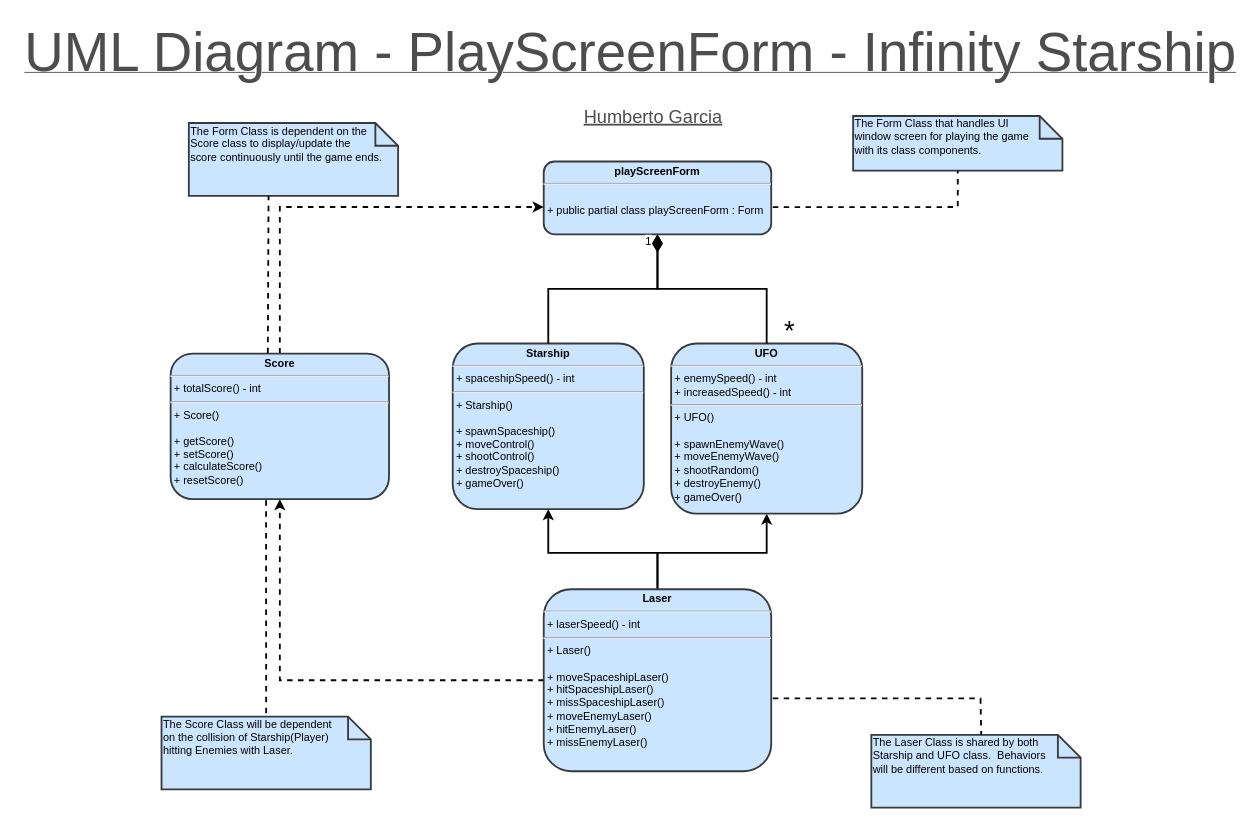
Earlier version of the draw.io diagram Designs/UMLs/PlayScreenForm_GarciaHumberto.drawio (HumbertoGarciaJr/InfinityStarship-GarciaHumberto). Source tidied: cells renumbered, new cells numbered last; positions are measured from the earlier drawing's top-left corner, leaving out a move shared by most shapes. Both pictures are drawn from the tidied source at 91%, with x=0, y=0 at pixel (15, 15).
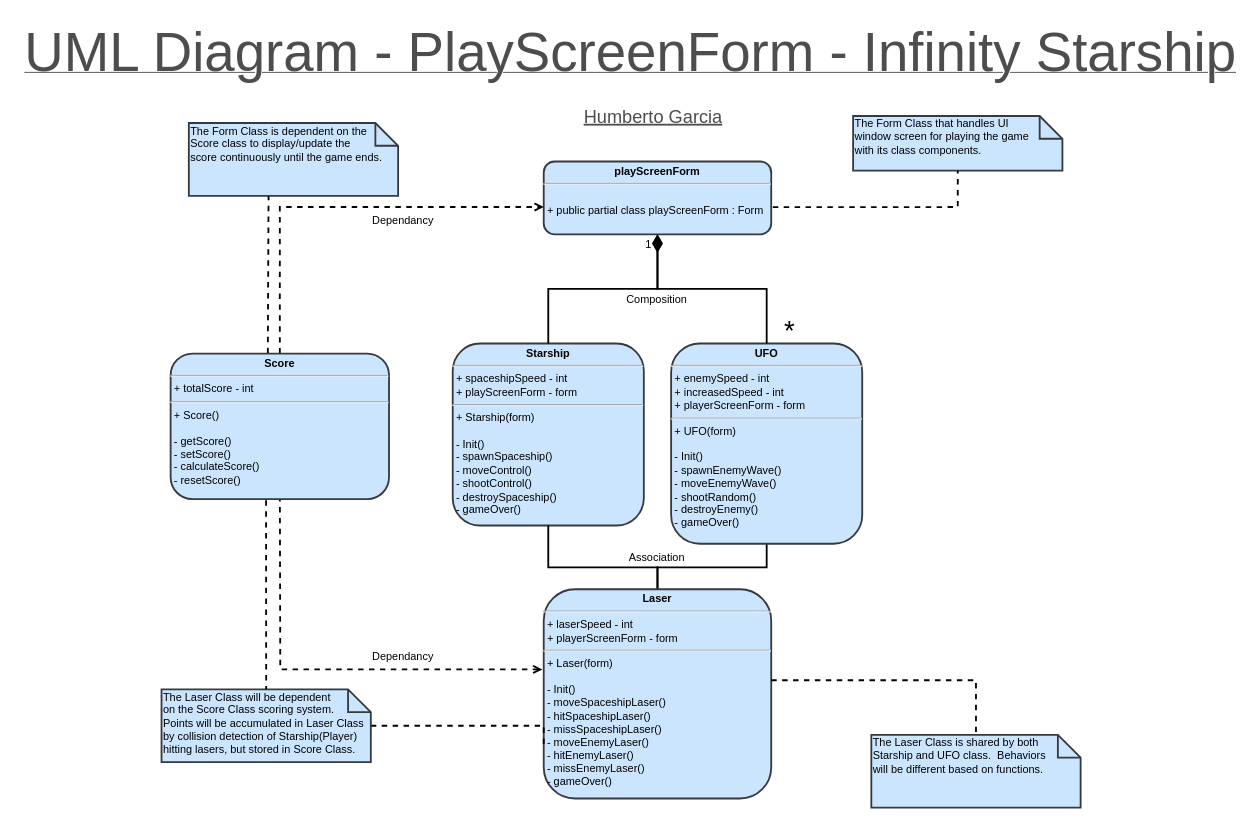
The same page after the edit.

Unchanged cells that the change refers to:
```xml
<mxCell id="2" value="&lt;p style=&quot;margin: 4px 0px 0px; text-align: center; font-size: 12px;&quot;&gt;&lt;b style=&quot;font-size: 12px;&quot;&gt;&lt;font style=&quot;font-size: 12px;&quot;&gt;playScreenForm&lt;/font&gt;&lt;/b&gt;&lt;/p&gt;&lt;hr style=&quot;font-size: 12px;&quot;&gt;&lt;p style=&quot;margin: 0px 0px 0px 4px; font-size: 12px;&quot;&gt;&lt;br style=&quot;font-size: 12px;&quot;&gt;&lt;/p&gt;&lt;p style=&quot;margin: 0px 0px 0px 4px; font-size: 12px;&quot;&gt;+ public partial class playScreenForm : Form&lt;/p&gt;&lt;p style=&quot;margin: 0px 0px 0px 4px; font-size: 12px;&quot;&gt;&lt;br style=&quot;font-size: 12px;&quot;&gt;&lt;/p&gt;" style="verticalAlign=top;align=left;overflow=fill;fontSize=12;fontFamily=Helvetica;html=1;fillColor=#cce5ff;strokeColor=#36393d;strokeWidth=2;rounded=1;shadow=0;sketch=0;glass=0;fillStyle=solid;" parent="1" vertex="1">
  <mxGeometry x="580" y="160" width="250" height="80" as="geometry" />
</mxCell>
<mxCell id="16" value="&lt;font style=&quot;font-size: 12px;&quot;&gt;The Laser Class is shared by both&lt;br style=&quot;font-size: 12px;&quot;&gt;Starship and UFO class.&amp;nbsp; Behaviors&lt;br&gt;will be different based on functions.&lt;br style=&quot;font-size: 12px;&quot;&gt;&lt;/font&gt;" style="shape=note2;boundedLbl=1;whiteSpace=wrap;html=1;size=25;verticalAlign=top;align=left;rounded=0;shadow=0;glass=0;sketch=0;fillStyle=solid;fontSize=12;strokeColor=#36393d;strokeWidth=2;fillColor=#cce5ff;spacingLeft=0;spacing=2;spacingTop=-30;" parent="1" vertex="1">
  <mxGeometry x="940" y="790" width="230" height="80" as="geometry" />
</mxCell>
```

What changed in the source:
```diff
@@
-    <mxCell id="3" value="&lt;p style=&quot;margin: 4px 0px 0px; text-align: center; font-size: 12px;&quot;&gt;&lt;b style=&quot;font-size: 12px;&quot;&gt;Starship&lt;/b&gt;&lt;/p&gt;&lt;hr style=&quot;font-size: 12px;&quot;&gt;&lt;p style=&quot;margin: 0px 0px 0px 4px; font-size: 12px;&quot;&gt;+ spaceshipSpeed() - int&lt;br style=&quot;font-size: 12px;&quot;&gt;&lt;/p&gt;&lt;hr style=&quot;font-size: 12px;&quot;&gt;&lt;p style=&quot;margin: 0px 0px 0px 4px; font-size: 12px;&quot;&gt;+ Starship()&lt;br style=&quot;font-size: 12px;&quot;&gt;&lt;/p&gt;&lt;p style=&quot;margin: 0px 0px 0px 4px; font-size: 12px;&quot;&gt;&lt;br style=&quot;font-size: 12px;&quot;&gt;&lt;/p&gt;&lt;p style=&quot;margin: 0px 0px 0px 4px; font-size: 12px;&quot;&gt;+ spawnSpaceship()&lt;/p&gt;&lt;p style=&quot;margin: 0px 0px 0px 4px; font-size: 12px;&quot;&gt;+ moveControl()&lt;/p&gt;&lt;p style=&quot;margin: 0px 0px 0px 4px; font-size: 12px;&quot;&gt;&lt;span style=&quot;background-color: initial; font-size: 12px;&quot;&gt;+ shootControl()&lt;/span&gt;&lt;br style=&quot;font-size: 12px;&quot;&gt;&lt;/p&gt;&lt;p style=&quot;margin: 0px 0px 0px 4px; font-size: 12px;&quot;&gt;&lt;span style=&quot;background-color: initial; font-size: 12px;&quot;&gt;+ destroySpaceship()&lt;/span&gt;&lt;br style=&quot;font-size: 12px;&quot;&gt;&lt;/p&gt;&lt;p style=&quot;margin: 0px 0px 0px 4px; font-size: 12px;&quot;&gt;&lt;span style=&quot;background-color: initial; font-size: 12px;&quot;&gt;+ gameOver()&lt;/span&gt;&lt;/p&gt;" style="verticalAlign=top;align=left;overflow=fill;fontSize=12;fontFamily=Helvetica;html=1;fillColor=#cce5ff;strokeColor=#36393d;strokeWidth=2;rounded=1;shadow=0;sketch=0;glass=0;fillStyle=solid;" parent="1" vertex="1">
-      <mxGeometry x="480" y="360" width="210" height="182" as="geometry" />
+    <mxCell id="3" value="&lt;p style=&quot;margin: 4px 0px 0px; text-align: center; font-size: 12px;&quot;&gt;&lt;b style=&quot;font-size: 12px;&quot;&gt;Starship&lt;/b&gt;&lt;/p&gt;&lt;hr style=&quot;font-size: 12px;&quot;&gt;&lt;p style=&quot;margin: 0px 0px 0px 4px; font-size: 12px;&quot;&gt;+ spaceshipSpeed - int&lt;br style=&quot;font-size: 12px;&quot;&gt;&lt;/p&gt;&lt;p style=&quot;margin: 0px 0px 0px 4px; font-size: 12px;&quot;&gt;+ playScreenForm - form&lt;/p&gt;&lt;hr style=&quot;font-size: 12px;&quot;&gt;&lt;p style=&quot;margin: 0px 0px 0px 4px; font-size: 12px;&quot;&gt;+ Starship(form)&lt;br style=&quot;font-size: 12px;&quot;&gt;&lt;/p&gt;&lt;p style=&quot;margin: 0px 0px 0px 4px; font-size: 12px;&quot;&gt;&lt;br style=&quot;font-size: 12px;&quot;&gt;&lt;/p&gt;&lt;p style=&quot;margin: 0px 0px 0px 4px; font-size: 12px;&quot;&gt;- Init()&lt;/p&gt;&lt;p style=&quot;margin: 0px 0px 0px 4px; font-size: 12px;&quot;&gt;- spawnSpaceship()&lt;/p&gt;&lt;p style=&quot;margin: 0px 0px 0px 4px; font-size: 12px;&quot;&gt;- moveControl()&lt;/p&gt;&lt;p style=&quot;margin: 0px 0px 0px 4px; font-size: 12px;&quot;&gt;&lt;span style=&quot;background-color: initial; font-size: 12px;&quot;&gt;- shootControl()&lt;/span&gt;&lt;br style=&quot;font-size: 12px;&quot;&gt;&lt;/p&gt;&lt;p style=&quot;margin: 0px 0px 0px 4px; font-size: 12px;&quot;&gt;&lt;span style=&quot;background-color: initial; font-size: 12px;&quot;&gt;- destroySpaceship()&lt;/span&gt;&lt;br style=&quot;font-size: 12px;&quot;&gt;&lt;/p&gt;&lt;p style=&quot;margin: 0px 0px 0px 4px; font-size: 12px;&quot;&gt;&lt;span style=&quot;background-color: initial; font-size: 12px;&quot;&gt;- gameOver()&lt;/span&gt;&lt;/p&gt;" style="verticalAlign=top;align=left;overflow=fill;fontSize=12;fontFamily=Helvetica;html=1;fillColor=#cce5ff;strokeColor=#36393d;strokeWidth=2;rounded=1;shadow=0;sketch=0;glass=0;fillStyle=solid;" parent="1" vertex="1">
+      <mxGeometry x="480" y="360" width="210" height="200" as="geometry" />
     </mxCell>
-    <mxCell id="4" style="edgeStyle=orthogonalEdgeStyle;rounded=0;jettySize=auto;html=1;exitX=0.5;exitY=0;exitDx=0;exitDy=0;entryX=0.5;entryY=1;entryDx=0;entryDy=0;fontSize=12;endArrow=classic;endFill=1;strokeColor=default;strokeWidth=2;" parent="1" edge="1" source="7" target="3">
+    <mxCell id="4" style="edgeStyle=orthogonalEdgeStyle;rounded=0;jettySize=auto;html=1;exitX=0.5;exitY=0;exitDx=0;exitDy=0;entryX=0.5;entryY=1;entryDx=0;entryDy=0;fontSize=12;endArrow=none;endFill=0;strokeColor=default;strokeWidth=2;" parent="1" edge="1" target="3">
       <mxGeometry relative="1" as="geometry">
+        <mxPoint x="705" y="646" as="sourcePoint" />
         <Array as="points">
-          <mxPoint x="705" y="590" />
-          <mxPoint x="585" y="590" />
+          <mxPoint x="705" y="606" />
+          <mxPoint x="585" y="606" />
         </Array>
       </mxGeometry>
     </mxCell>
-    <mxCell id="5" style="edgeStyle=orthogonalEdgeStyle;rounded=0;jettySize=auto;html=1;exitX=0.5;exitY=0;exitDx=0;exitDy=0;entryX=0.5;entryY=1;entryDx=0;entryDy=0;fontSize=12;endArrow=classic;endFill=1;strokeColor=default;startArrow=none;startFill=0;strokeWidth=2;" parent="1" edge="1" source="7" target="9">
+    <mxCell id="5" style="edgeStyle=orthogonalEdgeStyle;rounded=0;jettySize=auto;html=1;exitX=0.5;exitY=0;exitDx=0;exitDy=0;entryX=0.5;entryY=1;entryDx=0;entryDy=0;fontSize=12;endArrow=none;endFill=0;strokeColor=default;startArrow=none;startFill=0;strokeWidth=2;" parent="1" edge="1" target="9">
       <mxGeometry relative="1" as="geometry">
+        <mxPoint x="705" y="646" as="sourcePoint" />
         <Array as="points">
-          <mxPoint x="705" y="590" />
-          <mxPoint x="825" y="590" />
+          <mxPoint x="705" y="606" />
+          <mxPoint x="825" y="606" />
         </Array>
       </mxGeometry>
     </mxCell>
-    <mxCell id="6" style="edgeStyle=orthogonalEdgeStyle;rounded=0;jettySize=auto;html=1;entryX=0.5;entryY=1;entryDx=0;entryDy=0;fontSize=12;startArrow=none;startFill=0;endArrow=classic;endFill=1;strokeColor=default;dashed=1;strokeWidth=2;" parent="1" edge="1" source="7" target="13">
-      <mxGeometry relative="1" as="geometry" />
+    <mxCell id="6" style="edgeStyle=orthogonalEdgeStyle;rounded=0;jettySize=auto;html=1;entryX=0.5;entryY=1;entryDx=0;entryDy=0;fontSize=12;startArrow=open;startFill=0;endArrow=none;endFill=0;strokeColor=default;dashed=1;strokeWidth=2;exitX=-0.006;exitY=0.383;exitDx=0;exitDy=0;exitPerimeter=0;" parent="1" edge="1" source="7">
+      <mxGeometry relative="1" as="geometry">
+        <mxPoint x="290" y="510" as="targetPoint" />
+      </mxGeometry>
     </mxCell>
-    <mxCell id="7" value="&lt;p style=&quot;margin: 4px 0px 0px; text-align: center; font-size: 12px;&quot;&gt;&lt;b style=&quot;font-size: 12px;&quot;&gt;Laser&lt;/b&gt;&lt;/p&gt;&lt;hr style=&quot;font-size: 12px;&quot;&gt;&lt;p style=&quot;margin: 0px 0px 0px 4px; font-size: 12px;&quot;&gt;+ laserSpeed() - int&lt;/p&gt;&lt;hr style=&quot;font-size: 12px;&quot;&gt;&lt;p style=&quot;margin: 0px 0px 0px 4px; font-size: 12px;&quot;&gt;+ Laser()&lt;/p&gt;&lt;p style=&quot;margin: 0px 0px 0px 4px; font-size: 12px;&quot;&gt;&lt;br style=&quot;font-size: 12px;&quot;&gt;&lt;/p&gt;&lt;p style=&quot;margin: 0px 0px 0px 4px; font-size: 12px;&quot;&gt;+ moveSpaceshipLaser()&lt;/p&gt;&lt;p style=&quot;margin: 0px 0px 0px 4px; font-size: 12px;&quot;&gt;+ hitSpaceshipLaser()&lt;br style=&quot;font-size: 12px;&quot;&gt;&lt;/p&gt;&lt;p style=&quot;margin: 0px 0px 0px 4px; font-size: 12px;&quot;&gt;+ missSpaceshipLaser()&lt;/p&gt;&lt;p style=&quot;margin: 0px 0px 0px 4px; font-size: 12px;&quot;&gt;+ moveEnemyLaser()&lt;/p&gt;&lt;p style=&quot;margin: 0px 0px 0px 4px; font-size: 12px;&quot;&gt;+ hitEnemyLaser()&lt;/p&gt;&lt;p style=&quot;margin: 0px 0px 0px 4px; font-size: 12px;&quot;&gt;+ missEnemyLaser()&lt;/p&gt;" style="verticalAlign=top;align=left;overflow=fill;fontSize=12;fontFamily=Helvetica;html=1;fillColor=#cce5ff;strokeColor=#36393d;strokeWidth=2;rounded=1;shadow=0;sketch=0;glass=0;fillStyle=solid;" parent="1" vertex="1">
-      <mxGeometry x="580" y="630" width="250" height="200" as="geometry" />
+    <mxCell id="7" value="&lt;p style=&quot;margin: 4px 0px 0px; text-align: center; font-size: 12px;&quot;&gt;&lt;b style=&quot;font-size: 12px;&quot;&gt;Laser&lt;/b&gt;&lt;/p&gt;&lt;hr style=&quot;font-size: 12px;&quot;&gt;&lt;p style=&quot;margin: 0px 0px 0px 4px; font-size: 12px;&quot;&gt;+ laserSpeed - int&lt;/p&gt;&lt;p style=&quot;margin: 0px 0px 0px 4px; font-size: 12px;&quot;&gt;+ playerScreenForm - form&lt;/p&gt;&lt;hr style=&quot;font-size: 12px;&quot;&gt;&lt;p style=&quot;margin: 0px 0px 0px 4px; font-size: 12px;&quot;&gt;+ Laser(form)&lt;/p&gt;&lt;p style=&quot;margin: 0px 0px 0px 4px; font-size: 12px;&quot;&gt;&lt;br style=&quot;font-size: 12px;&quot;&gt;&lt;/p&gt;&lt;p style=&quot;margin: 0px 0px 0px 4px; font-size: 12px;&quot;&gt;- Init()&lt;/p&gt;&lt;p style=&quot;margin: 0px 0px 0px 4px; font-size: 12px;&quot;&gt;- moveSpaceshipLaser()&lt;/p&gt;&lt;p style=&quot;margin: 0px 0px 0px 4px; font-size: 12px;&quot;&gt;- hitSpaceshipLaser()&lt;br style=&quot;font-size: 12px;&quot;&gt;&lt;/p&gt;&lt;p style=&quot;margin: 0px 0px 0px 4px; font-size: 12px;&quot;&gt;- missSpaceshipLaser()&lt;/p&gt;&lt;p style=&quot;margin: 0px 0px 0px 4px; font-size: 12px;&quot;&gt;- moveEnemyLaser()&lt;/p&gt;&lt;p style=&quot;margin: 0px 0px 0px 4px; font-size: 12px;&quot;&gt;- hitEnemyLaser()&lt;/p&gt;&lt;p style=&quot;margin: 0px 0px 0px 4px; font-size: 12px;&quot;&gt;- missEnemyLaser()&lt;/p&gt;&lt;p style=&quot;margin: 0px 0px 0px 4px; font-size: 12px;&quot;&gt;- gameOver()&lt;/p&gt;" style="verticalAlign=top;align=left;overflow=fill;fontSize=12;fontFamily=Helvetica;html=1;fillColor=#cce5ff;strokeColor=#36393d;strokeWidth=2;rounded=1;shadow=0;sketch=0;glass=0;fillStyle=solid;" parent="1" vertex="1">
+      <mxGeometry x="580" y="630" width="250" height="230" as="geometry" />
     </mxCell>
     <mxCell id="8" value="1" style="endArrow=none;html=1;endSize=12;startArrow=diamondThin;startSize=14;startFill=1;edgeStyle=orthogonalEdgeStyle;align=left;verticalAlign=bottom;rounded=0;exitX=0.5;exitY=1;exitDx=0;exitDy=0;entryX=0.5;entryY=0;entryDx=0;entryDy=0;strokeColor=default;endFill=0;strokeWidth=2;fontSize=12;" parent="1" edge="1" source="2" target="3">
-      <mxGeometry x="-0.86" y="-15" relative="1" as="geometry" />
+      <mxGeometry x="-0.83" y="-15" relative="1" as="geometry" />
     </mxCell>
-    <mxCell id="9" value="&lt;p style=&quot;margin: 4px 0px 0px; text-align: center; font-size: 12px;&quot;&gt;&lt;b style=&quot;font-size: 12px;&quot;&gt;UFO&lt;/b&gt;&lt;/p&gt;&lt;hr style=&quot;font-size: 12px;&quot;&gt;&lt;p style=&quot;margin: 0px 0px 0px 4px; font-size: 12px;&quot;&gt;+ enemySpeed() - int&lt;/p&gt;&lt;p style=&quot;margin: 0px 0px 0px 4px; font-size: 12px;&quot;&gt;+ increasedSpeed() - int&lt;/p&gt;&lt;hr style=&quot;font-size: 12px;&quot;&gt;&lt;p style=&quot;margin: 0px 0px 0px 4px; font-size: 12px;&quot;&gt;+ UFO()&lt;/p&gt;&lt;p style=&quot;margin: 0px 0px 0px 4px; font-size: 12px;&quot;&gt;&lt;br style=&quot;font-size: 12px;&quot;&gt;&lt;/p&gt;&lt;p style=&quot;margin: 0px 0px 0px 4px; font-size: 12px;&quot;&gt;+ spawnEnemyWave()&lt;/p&gt;&lt;p style=&quot;margin: 0px 0px 0px 4px; font-size: 12px;&quot;&gt;+ moveEnemyWave()&lt;/p&gt;&lt;p style=&quot;margin: 0px 0px 0px 4px; font-size: 12px;&quot;&gt;+ shootRandom()&lt;/p&gt;&lt;p style=&quot;margin: 0px 0px 0px 4px; font-size: 12px;&quot;&gt;+ destroyEnemy()&lt;/p&gt;&lt;p style=&quot;margin: 0px 0px 0px 4px; font-size: 12px;&quot;&gt;+ gameOver()&lt;/p&gt;" style="verticalAlign=top;align=left;overflow=fill;fontSize=12;fontFamily=Helvetica;html=1;fillColor=#cce5ff;strokeColor=#36393d;strokeWidth=2;rounded=1;shadow=0;sketch=0;glass=0;fillStyle=solid;" parent="1" vertex="1">
-      <mxGeometry x="720" y="360" width="210" height="187" as="geometry" />
+    <mxCell id="9" value="&lt;p style=&quot;margin: 4px 0px 0px; text-align: center; font-size: 12px;&quot;&gt;&lt;b style=&quot;font-size: 12px;&quot;&gt;UFO&lt;/b&gt;&lt;/p&gt;&lt;hr style=&quot;font-size: 12px;&quot;&gt;&lt;p style=&quot;margin: 0px 0px 0px 4px; font-size: 12px;&quot;&gt;+ enemySpeed - int&lt;/p&gt;&lt;p style=&quot;margin: 0px 0px 0px 4px; font-size: 12px;&quot;&gt;+ increasedSpeed - int&lt;/p&gt;&lt;p style=&quot;margin: 0px 0px 0px 4px; font-size: 12px;&quot;&gt;+ playerScreenForm - form&lt;/p&gt;&lt;hr style=&quot;font-size: 12px;&quot;&gt;&lt;p style=&quot;margin: 0px 0px 0px 4px; font-size: 12px;&quot;&gt;+ UFO(form)&lt;/p&gt;&lt;p style=&quot;margin: 0px 0px 0px 4px; font-size: 12px;&quot;&gt;&lt;br style=&quot;font-size: 12px;&quot;&gt;&lt;/p&gt;&lt;p style=&quot;margin: 0px 0px 0px 4px; font-size: 12px;&quot;&gt;- Init()&lt;/p&gt;&lt;p style=&quot;margin: 0px 0px 0px 4px; font-size: 12px;&quot;&gt;- spawnEnemyWave()&lt;/p&gt;&lt;p style=&quot;margin: 0px 0px 0px 4px; font-size: 12px;&quot;&gt;- moveEnemyWave()&lt;/p&gt;&lt;p style=&quot;margin: 0px 0px 0px 4px; font-size: 12px;&quot;&gt;- shootRandom()&lt;/p&gt;&lt;p style=&quot;margin: 0px 0px 0px 4px; font-size: 12px;&quot;&gt;- destroyEnemy()&lt;/p&gt;&lt;p style=&quot;margin: 0px 0px 0px 4px; font-size: 12px;&quot;&gt;- gameOver()&lt;/p&gt;" style="verticalAlign=top;align=left;overflow=fill;fontSize=12;fontFamily=Helvetica;html=1;fillColor=#cce5ff;strokeColor=#36393d;strokeWidth=2;rounded=1;shadow=0;sketch=0;glass=0;fillStyle=solid;" parent="1" vertex="1">
+      <mxGeometry x="720" y="360" width="210" height="220" as="geometry" />
     </mxCell>
@@
-    <mxCell id="12" style="edgeStyle=orthogonalEdgeStyle;rounded=0;jettySize=auto;html=1;exitX=0.5;exitY=0;exitDx=0;exitDy=0;fontSize=12;startArrow=none;startFill=0;endArrow=classic;endFill=1;strokeColor=default;dashed=1;strokeWidth=2;" parent="1" edge="1" source="13">
+    <mxCell id="12" style="edgeStyle=orthogonalEdgeStyle;rounded=0;jettySize=auto;html=1;exitX=0.5;exitY=0;exitDx=0;exitDy=0;fontSize=12;startArrow=none;startFill=0;endArrow=open;endFill=0;strokeColor=default;dashed=1;strokeWidth=2;" parent="1" edge="1" source="13">
       <mxGeometry relative="1" as="geometry">
         <mxPoint x="580" y="210" as="targetPoint" />
         <Array as="points">
           <mxPoint x="290" y="210" />
           <mxPoint x="578" y="210" />
         </Array>
       </mxGeometry>
     </mxCell>
-    <mxCell id="13" value="&lt;p style=&quot;margin: 4px 0px 0px; text-align: center; font-size: 12px;&quot;&gt;&lt;b style=&quot;font-size: 12px;&quot;&gt;Score&lt;/b&gt;&lt;/p&gt;&lt;hr style=&quot;font-size: 12px;&quot;&gt;&lt;p style=&quot;margin: 0px 0px 0px 4px; font-size: 12px;&quot;&gt;+ totalScore() - int&lt;/p&gt;&lt;hr style=&quot;font-size: 12px;&quot;&gt;&lt;p style=&quot;margin: 0px 0px 0px 4px; font-size: 12px;&quot;&gt;+ Score()&lt;/p&gt;&lt;p style=&quot;margin: 0px 0px 0px 4px; font-size: 12px;&quot;&gt;&lt;br style=&quot;font-size: 12px;&quot;&gt;&lt;/p&gt;&lt;p style=&quot;margin: 0px 0px 0px 4px; font-size: 12px;&quot;&gt;+ getScore()&lt;/p&gt;&lt;p style=&quot;margin: 0px 0px 0px 4px; font-size: 12px;&quot;&gt;+ setScore()&lt;/p&gt;&lt;p style=&quot;margin: 0px 0px 0px 4px; font-size: 12px;&quot;&gt;+ calculateScore()&lt;/p&gt;&lt;p style=&quot;margin: 0px 0px 0px 4px; font-size: 12px;&quot;&gt;+ resetScore()&lt;/p&gt;" style="verticalAlign=top;align=left;overflow=fill;fontSize=12;fontFamily=Helvetica;html=1;fillColor=#cce5ff;strokeColor=#36393d;strokeWidth=2;rounded=1;shadow=0;sketch=0;glass=0;fillStyle=solid;" parent="1" vertex="1">
+    <mxCell id="13" value="&lt;p style=&quot;margin: 4px 0px 0px; text-align: center; font-size: 12px;&quot;&gt;&lt;b style=&quot;font-size: 12px;&quot;&gt;Score&lt;/b&gt;&lt;/p&gt;&lt;hr style=&quot;font-size: 12px;&quot;&gt;&lt;p style=&quot;margin: 0px 0px 0px 4px; font-size: 12px;&quot;&gt;+ totalScore - int&lt;/p&gt;&lt;hr style=&quot;font-size: 12px;&quot;&gt;&lt;p style=&quot;margin: 0px 0px 0px 4px; font-size: 12px;&quot;&gt;+ Score()&lt;/p&gt;&lt;p style=&quot;margin: 0px 0px 0px 4px; font-size: 12px;&quot;&gt;&lt;br style=&quot;font-size: 12px;&quot;&gt;&lt;/p&gt;&lt;p style=&quot;margin: 0px 0px 0px 4px; font-size: 12px;&quot;&gt;- getScore()&lt;/p&gt;&lt;p style=&quot;margin: 0px 0px 0px 4px; font-size: 12px;&quot;&gt;- setScore()&lt;/p&gt;&lt;p style=&quot;margin: 0px 0px 0px 4px; font-size: 12px;&quot;&gt;- calculateScore()&lt;/p&gt;&lt;p style=&quot;margin: 0px 0px 0px 4px; font-size: 12px;&quot;&gt;- resetScore()&lt;/p&gt;" style="verticalAlign=top;align=left;overflow=fill;fontSize=12;fontFamily=Helvetica;html=1;fillColor=#cce5ff;strokeColor=#36393d;strokeWidth=2;rounded=1;shadow=0;sketch=0;glass=0;fillStyle=solid;" parent="1" vertex="1">
       <mxGeometry x="170" y="371" width="240" height="160" as="geometry" />
     </mxCell>
@@
-    <mxCell id="17" style="endArrow=none;dashed=1;html=1;strokeWidth=2;rounded=0;fontSize=12;exitX=1.007;exitY=0.6;exitDx=0;exitDy=0;exitPerimeter=0;entryX=0.525;entryY=-0.005;entryDx=0;entryDy=0;entryPerimeter=0;" parent="1" edge="1" source="7" target="16">
+    <mxCell id="17" style="endArrow=none;dashed=1;html=1;strokeWidth=2;rounded=0;fontSize=12;entryX=0.5;entryY=0;entryDx=0;entryDy=0;entryPerimeter=0;" parent="1" edge="1" target="16">
       <mxGeometry relative="1" as="geometry">
+        <mxPoint x="830" y="730" as="sourcePoint" />
         <Array as="points">
-          <mxPoint x="1060" y="750" />
+          <mxPoint x="1055" y="730" />
         </Array>
       </mxGeometry>
     </mxCell>
+    <mxCell id="24" style="edgeStyle=orthogonalEdgeStyle;rounded=0;jettySize=auto;html=1;entryX=0;entryY=0.75;entryDx=0;entryDy=0;startArrow=none;startFill=0;endArrow=none;endFill=0;dashed=1;strokeWidth=2;" parent="1" edge="1" source="18" target="7">
+      <mxGeometry relative="1" as="geometry">
+        <Array as="points">
+          <mxPoint x="580" y="780" />
+        </Array>
+      </mxGeometry>
+    </mxCell>
-    <mxCell id="18" value="&lt;font style=&quot;font-size: 12px;&quot;&gt;The Score Class will be dependent&lt;br style=&quot;font-size: 12px;&quot;&gt;on the collision of Starship(Player)&lt;br&gt;hitting Enemies with Laser.&lt;br style=&quot;font-size: 12px;&quot;&gt;&lt;/font&gt;" style="shape=note2;boundedLbl=1;whiteSpace=wrap;html=1;size=25;verticalAlign=top;align=left;rounded=0;shadow=0;glass=0;sketch=0;fillStyle=solid;fontSize=12;strokeColor=#36393d;strokeWidth=2;fillColor=#cce5ff;spacingLeft=0;spacing=2;spacingTop=-30;" parent="1" vertex="1">
-      <mxGeometry x="160" y="770" width="230" height="80" as="geometry" />
+    <mxCell id="18" value="&lt;font style=&quot;font-size: 12px;&quot;&gt;The Laser Class will be dependent&lt;br style=&quot;font-size: 12px;&quot;&gt;on the Score Class scoring system.&amp;nbsp;&lt;br&gt;Points will be accumulated in Laser Class&lt;br&gt;by collision detection of Starship(Player) hitting lasers, but stored in Score Class.&lt;br style=&quot;font-size: 12px;&quot;&gt;&lt;/font&gt;" style="shape=note2;boundedLbl=1;whiteSpace=wrap;html=1;size=25;verticalAlign=top;align=left;rounded=0;shadow=0;glass=0;sketch=0;fillStyle=solid;fontSize=12;strokeColor=#36393d;strokeWidth=2;fillColor=#cce5ff;spacingLeft=0;spacing=2;spacingTop=-30;" parent="1" vertex="1">
+      <mxGeometry x="160" y="740" width="230" height="80" as="geometry" />
     </mxCell>
@@
+    <mxCell id="25" value="Composition" style="text;html=1;align=center;verticalAlign=middle;strokeColor=none;fillColor=none;" parent="1" vertex="1">
+      <mxGeometry x="659" y="297" width="90" height="30" as="geometry" />
+    </mxCell>
+    <mxCell id="26" value="Association" style="text;html=1;align=center;verticalAlign=middle;strokeColor=none;fillColor=none;" parent="1" vertex="1">
+      <mxGeometry x="664" y="580" width="80" height="30" as="geometry" />
+    </mxCell>
+    <mxCell id="27" value="Dependancy" style="text;html=1;align=center;verticalAlign=middle;strokeColor=none;fillColor=none;" parent="1" vertex="1">
+      <mxGeometry x="380" y="689" width="90" height="30" as="geometry" />
+    </mxCell>
+    <mxCell id="28" value="Dependancy" style="text;align=center;verticalAlign=middle;strokeColor=none;fillColor=none;shadow=0;fontStyle=0;labelBorderColor=none;labelBackgroundColor=none;html=1;" parent="1" vertex="1">
+      <mxGeometry x="380" y="210" width="90" height="30" as="geometry" />
+    </mxCell>
```
